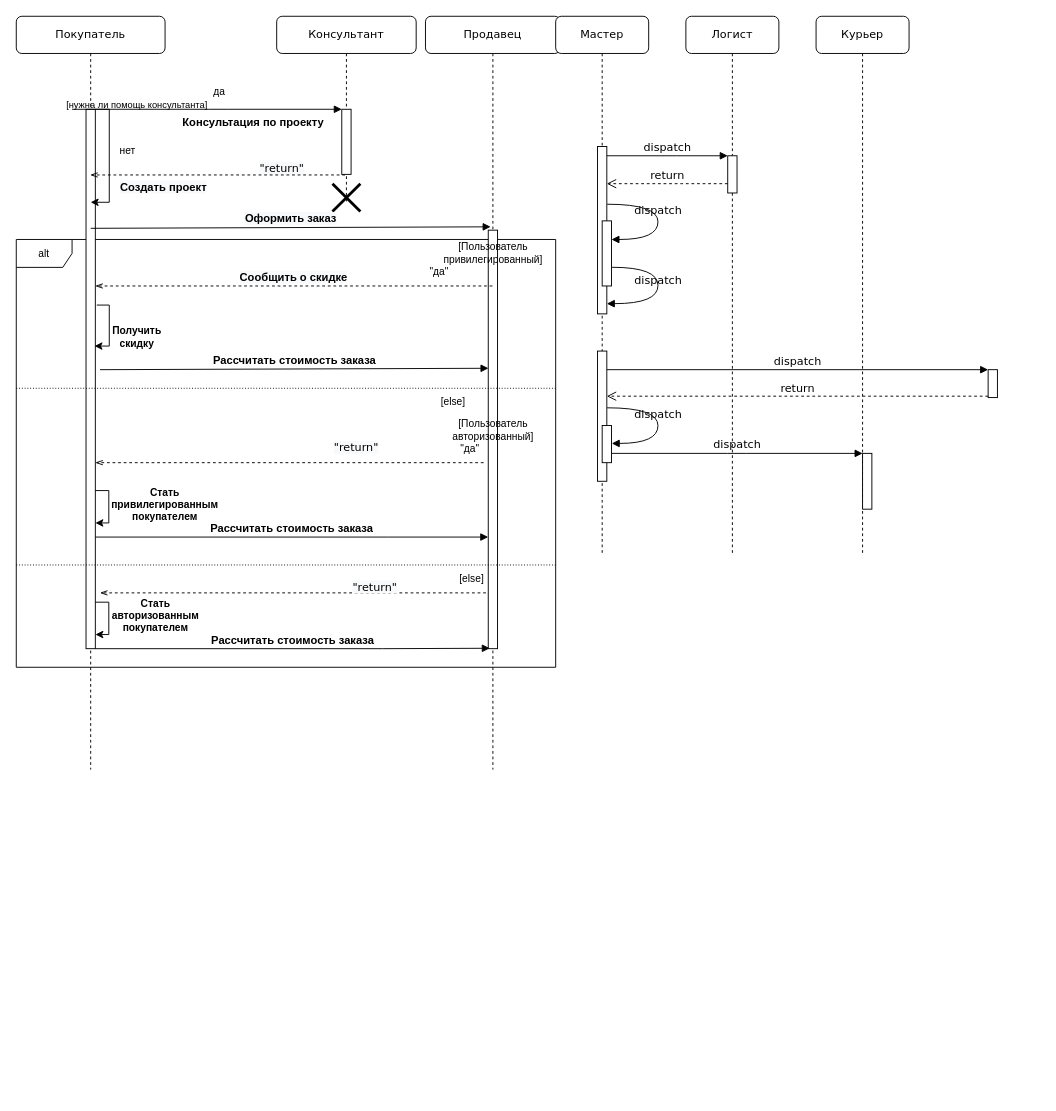
Before: Диаграмма без названия.drawio in shatanov/IT-exams, a draw.io diagram. Source tidied: cells renumbered, new cells numbered last; positions are measured from the earlier drawing's top-left corner, leaving out a move shared by most shapes. Both pictures are drawn from the tidied source at 93%, with x=0, y=0 at pixel (16, 16).
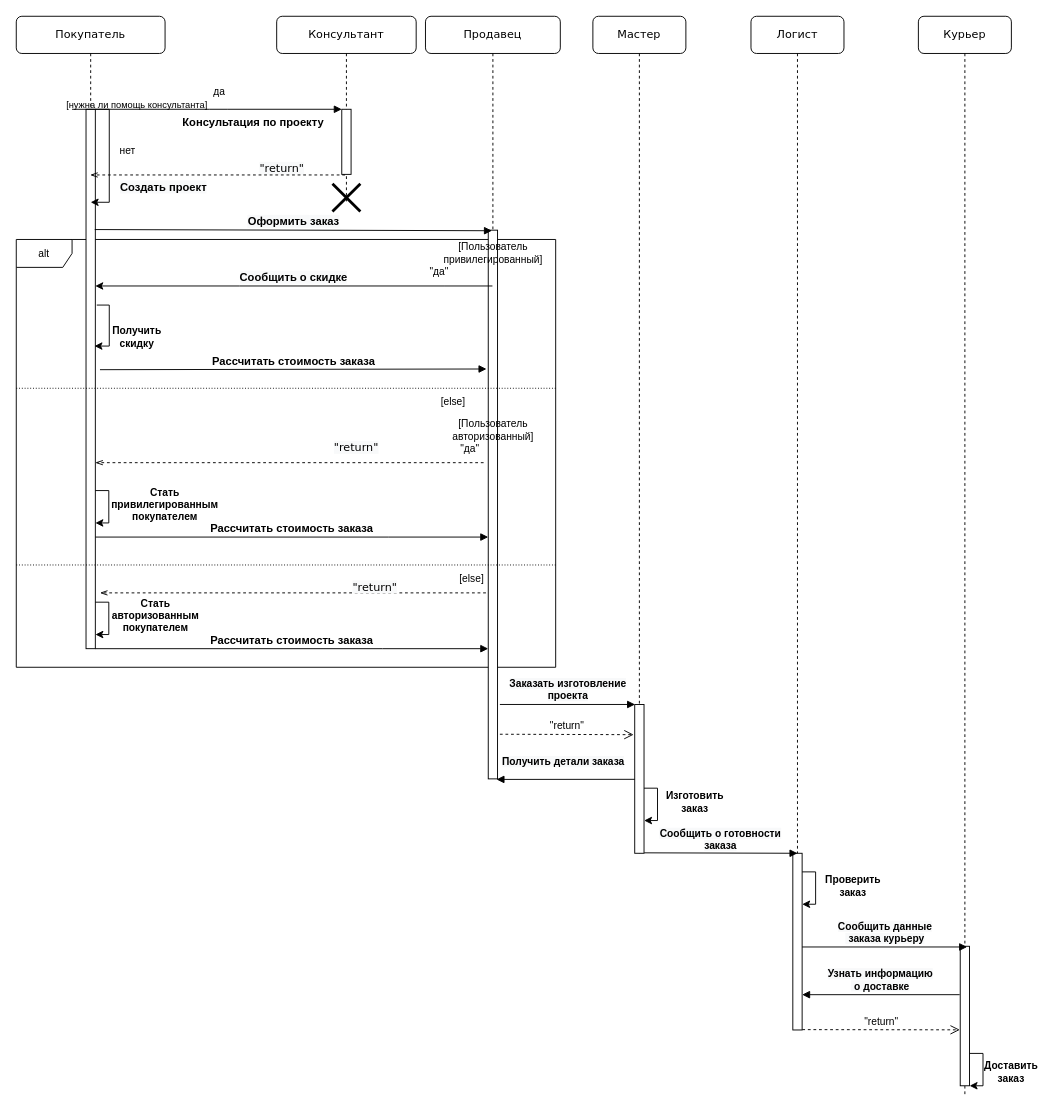
Above is the later version.

The change refers to these unchanged cells:
```xml
<mxCell id="19" style="html=1;points=[];perimeter=orthogonalPerimeter;rounded=0;shadow=0;comic=0;labelBackgroundColor=none;strokeWidth=1;fontFamily=Verdana;fontSize=12;align=center;" parent="18" vertex="1">
  <mxGeometry x="75" y="100" width="10" height="580" as="geometry" />
</mxCell>
```

The edit, as a diff of the source:
```diff
@@
     <mxCell id="8" value="Продавец" style="shape=umlLifeline;perimeter=lifelinePerimeter;whiteSpace=wrap;html=1;outlineConnect=0;rounded=1;shadow=0;comic=0;labelBackgroundColor=none;strokeWidth=1;fontFamily=Verdana;fontSize=12;align=center;" parent="1" vertex="1">
-      <mxGeometry x="440" width="145" height="810" as="geometry" />
+      <mxGeometry x="440" width="145" height="820" as="geometry" />
     </mxCell>
     <mxCell id="9" style="html=1;points=[];perimeter=orthogonalPerimeter;rounded=0;shadow=0;comic=0;labelBackgroundColor=none;strokeWidth=1;fontFamily=Verdana;fontSize=12;align=center;" parent="8" vertex="1">
-      <mxGeometry x="67.5" y="230" width="10" height="450" as="geometry" />
+      <mxGeometry x="67.5" y="230" width="10" height="590" as="geometry" />
     </mxCell>
@@
     <mxCell id="15" value="Мастер" style="shape=umlLifeline;perimeter=lifelinePerimeter;whiteSpace=wrap;html=1;rounded=1;shadow=0;comic=0;labelBackgroundColor=none;strokeWidth=1;fontFamily=Verdana;fontSize=12;align=center;" parent="1" vertex="1">
-      <mxGeometry x="580" width="100" height="580" as="geometry" />
+      <mxGeometry x="620" width="100" height="900" as="geometry" />
     </mxCell>
+    <mxCell id="59" style="html=1;points=[];perimeter=orthogonalPerimeter;rounded=0;shadow=0;comic=0;labelBackgroundColor=none;strokeWidth=1;fontFamily=Verdana;fontSize=12;align=center;" parent="15" vertex="1">
+      <mxGeometry x="45" y="740" width="10" height="160" as="geometry" />
+    </mxCell>
+    <mxCell id="60" style="endArrow=classic;html=1;rounded=0;fontSize=10;edgeStyle=elbowEdgeStyle;exitX=1.05;exitY=0.463;exitDx=0;exitDy=0;exitPerimeter=0;entryX=1.058;entryY=0.534;entryDx=0;entryDy=0;entryPerimeter=0;" parent="15" edge="1">
+      <mxGeometry relative="1" as="geometry">
+        <mxPoint x="55" y="830" as="sourcePoint" />
+        <mxPoint x="55.1" y="864.8" as="targetPoint" />
+        <Array as="points">
+          <mxPoint x="69.5" y="853.1" />
+          <mxPoint x="109.5" y="843.1" />
+        </Array>
+      </mxGeometry>
+    </mxCell>
     <mxCell id="16" value="Логист" style="shape=umlLifeline;perimeter=lifelinePerimeter;whiteSpace=wrap;html=1;rounded=1;shadow=0;comic=0;labelBackgroundColor=none;strokeWidth=1;fontFamily=Verdana;fontSize=12;align=center;" parent="1" vertex="1">
-      <mxGeometry x="720" width="100" height="580" as="geometry" />
+      <mxGeometry x="790" width="100" height="1090" as="geometry" />
     </mxCell>
+    <mxCell id="26" style="html=1;points=[];perimeter=orthogonalPerimeter;rounded=0;shadow=0;comic=0;labelBackgroundColor=none;strokeWidth=1;fontFamily=Verdana;fontSize=12;align=center;" parent="16" vertex="1">
+      <mxGeometry x="45" y="900" width="10" height="190" as="geometry" />
+    </mxCell>
+    <mxCell id="61" style="endArrow=classic;html=1;rounded=0;fontSize=10;edgeStyle=elbowEdgeStyle;exitX=1.05;exitY=0.463;exitDx=0;exitDy=0;exitPerimeter=0;entryX=1.058;entryY=0.534;entryDx=0;entryDy=0;entryPerimeter=0;" parent="16" edge="1">
+      <mxGeometry relative="1" as="geometry">
+        <mxPoint x="55" y="920" as="sourcePoint" />
+        <mxPoint x="55.1" y="954.8" as="targetPoint" />
+        <Array as="points">
+          <mxPoint x="69.5" y="943.1" />
+          <mxPoint x="109.5" y="933.1" />
+        </Array>
+      </mxGeometry>
+    </mxCell>
     <mxCell id="17" value="Курьер" style="shape=umlLifeline;perimeter=lifelinePerimeter;whiteSpace=wrap;html=1;rounded=1;shadow=0;comic=0;labelBackgroundColor=none;strokeWidth=1;fontFamily=Verdana;fontSize=12;align=center;" parent="1" vertex="1">
-      <mxGeometry x="860" width="100" height="580" as="geometry" />
+      <mxGeometry x="970" width="100" height="1160" as="geometry" />
     </mxCell>
+    <mxCell id="30" style="html=1;points=[];perimeter=orthogonalPerimeter;rounded=0;shadow=0;comic=0;labelBackgroundColor=none;strokeColor=#000000;strokeWidth=1;fillColor=#FFFFFF;fontFamily=Verdana;fontSize=12;fontColor=#000000;align=center;" parent="17" vertex="1">
+      <mxGeometry x="45" y="1000" width="10" height="150" as="geometry" />
+    </mxCell>
+    <mxCell id="62" style="endArrow=classic;html=1;rounded=0;fontSize=10;edgeStyle=elbowEdgeStyle;exitX=1.05;exitY=0.463;exitDx=0;exitDy=0;exitPerimeter=0;entryX=1.058;entryY=0.534;entryDx=0;entryDy=0;entryPerimeter=0;" parent="17" edge="1">
+      <mxGeometry relative="1" as="geometry">
+        <mxPoint x="55" y="1115.2" as="sourcePoint" />
+        <mxPoint x="55.1" y="1150" as="targetPoint" />
+        <Array as="points">
+          <mxPoint x="69.5" y="1138.3" />
+          <mxPoint x="109.5" y="1128.3" />
+        </Array>
+      </mxGeometry>
+    </mxCell>
     <mxCell id="18" value="Покупатель" style="shape=umlLifeline;perimeter=lifelinePerimeter;whiteSpace=wrap;html=1;outlineConnect=0;rounded=1;shadow=0;comic=0;labelBackgroundColor=none;strokeWidth=1;fontFamily=Verdana;fontSize=12;align=center;" parent="1" vertex="1">
-      <mxGeometry width="160" height="810" as="geometry" />
+      <mxGeometry width="160" height="680" as="geometry" />
     </mxCell>
@@
-    <mxCell id="25" style="html=1;points=[];perimeter=orthogonalPerimeter;rounded=0;shadow=0;comic=0;labelBackgroundColor=none;strokeWidth=1;fontFamily=Verdana;fontSize=12;align=center;" parent="1" vertex="1">
-      <mxGeometry x="625" y="140" width="10" height="180" as="geometry" />
-    </mxCell>
-    <mxCell id="26" style="html=1;points=[];perimeter=orthogonalPerimeter;rounded=0;shadow=0;comic=0;labelBackgroundColor=none;strokeWidth=1;fontFamily=Verdana;fontSize=12;align=center;" parent="1" vertex="1">
-      <mxGeometry x="765" y="150" width="10" height="40" as="geometry" />
-    </mxCell>
-    <mxCell id="27" value="dispatch" style="html=1;verticalAlign=bottom;endArrow=block;entryX=0;entryY=0;labelBackgroundColor=none;fontFamily=Verdana;fontSize=12;edgeStyle=elbowEdgeStyle;elbow=vertical;" parent="1" edge="1" source="25" target="26">
-      <mxGeometry relative="1" as="geometry" />
-    </mxCell>
-    <mxCell id="28" value="return" style="html=1;verticalAlign=bottom;endArrow=open;dashed=1;endSize=8;labelBackgroundColor=none;fontFamily=Verdana;fontSize=12;edgeStyle=elbowEdgeStyle;elbow=vertical;" parent="1" edge="1" source="26" target="25">
-      <mxGeometry relative="1" as="geometry">
-        <Array as="points">
-          <mxPoint x="710" y="180" />
-          <mxPoint x="740" y="180" />
-        </Array>
-      </mxGeometry>
-    </mxCell>
-    <mxCell id="29" style="html=1;points=[];perimeter=orthogonalPerimeter;rounded=0;shadow=0;comic=0;labelBackgroundColor=none;strokeWidth=1;fontFamily=Verdana;fontSize=12;align=center;" parent="1" vertex="1">
-      <mxGeometry x="625" y="360" width="10" height="140" as="geometry" />
-    </mxCell>
-    <mxCell id="30" style="html=1;points=[];perimeter=orthogonalPerimeter;rounded=0;shadow=0;comic=0;labelBackgroundColor=none;strokeColor=#000000;strokeWidth=1;fillColor=#FFFFFF;fontFamily=Verdana;fontSize=12;fontColor=#000000;align=center;" parent="1" vertex="1">
-      <mxGeometry x="1045" y="380" width="10" height="30" as="geometry" />
-    </mxCell>
-    <mxCell id="31" value="dispatch" style="html=1;verticalAlign=bottom;endArrow=block;entryX=0;entryY=0;labelBackgroundColor=none;fontFamily=Verdana;fontSize=12;" parent="1" edge="1" source="29" target="30">
-      <mxGeometry relative="1" as="geometry" />
-    </mxCell>
-    <mxCell id="32" value="return" style="html=1;verticalAlign=bottom;endArrow=open;dashed=1;endSize=8;exitX=0;exitY=0.95;labelBackgroundColor=none;fontFamily=Verdana;fontSize=12;" parent="1" edge="1" source="30" target="29">
-      <mxGeometry relative="1" as="geometry" />
-    </mxCell>
-    <mxCell id="33" style="html=1;points=[];perimeter=orthogonalPerimeter;rounded=0;shadow=0;comic=0;labelBackgroundColor=none;strokeWidth=1;fontFamily=Verdana;fontSize=12;align=center;" parent="1" vertex="1">
-      <mxGeometry x="910" y="470" width="10" height="60" as="geometry" />
-    </mxCell>
-    <mxCell id="34" value="dispatch" style="html=1;verticalAlign=bottom;endArrow=block;entryX=0;entryY=0;labelBackgroundColor=none;fontFamily=Verdana;fontSize=12;edgeStyle=elbowEdgeStyle;elbow=vertical;" parent="1" edge="1" source="39" target="33">
-      <mxGeometry relative="1" as="geometry" />
-    </mxCell>
@@
-    <mxCell id="36" style="html=1;points=[];perimeter=orthogonalPerimeter;rounded=0;shadow=0;comic=0;labelBackgroundColor=none;strokeWidth=1;fontFamily=Verdana;fontSize=12;align=center;" parent="1" vertex="1">
-      <mxGeometry x="630" y="220" width="10" height="70" as="geometry" />
-    </mxCell>
-    <mxCell id="37" value="dispatch" style="html=1;verticalAlign=bottom;endArrow=block;labelBackgroundColor=none;fontFamily=Verdana;fontSize=12;elbow=vertical;edgeStyle=orthogonalEdgeStyle;curved=1;entryX=1;entryY=0.286;entryPerimeter=0;exitX=1.038;exitY=0.345;exitPerimeter=0;" parent="1" edge="1" source="25" target="36">
-      <mxGeometry relative="1" as="geometry">
-        <Array as="points">
-          <mxPoint x="690" y="202" />
-          <mxPoint x="690" y="240" />
-        </Array>
-      </mxGeometry>
-    </mxCell>
-    <mxCell id="38" value="dispatch" style="html=1;verticalAlign=bottom;endArrow=block;labelBackgroundColor=none;fontFamily=Verdana;fontSize=12;elbow=vertical;edgeStyle=orthogonalEdgeStyle;curved=1;exitX=1.066;exitY=0.713;exitPerimeter=0;" parent="1" edge="1" source="36">
-      <mxGeometry relative="1" as="geometry">
-        <mxPoint x="635" y="309" as="targetPoint" />
-        <Array as="points">
-          <mxPoint x="690" y="270" />
-          <mxPoint x="690" y="309" />
-        </Array>
-      </mxGeometry>
-    </mxCell>
-    <mxCell id="39" style="html=1;points=[];perimeter=orthogonalPerimeter;rounded=0;shadow=0;comic=0;labelBackgroundColor=none;strokeWidth=1;fontFamily=Verdana;fontSize=12;align=center;" parent="1" vertex="1">
-      <mxGeometry x="630" y="440" width="10" height="40" as="geometry" />
-    </mxCell>
-    <mxCell id="40" value="dispatch" style="html=1;verticalAlign=bottom;endArrow=block;labelBackgroundColor=none;fontFamily=Verdana;fontSize=12;elbow=vertical;edgeStyle=orthogonalEdgeStyle;curved=1;entryX=1;entryY=0.286;entryPerimeter=0;exitX=1.038;exitY=0.345;exitPerimeter=0;" parent="1" edge="1">
-      <mxGeometry relative="1" as="geometry">
-        <mxPoint x="635.3" y="421" as="sourcePoint" />
-        <mxPoint x="640.3" y="459.3" as="targetPoint" />
-        <Array as="points">
-          <mxPoint x="690" y="421" />
-          <mxPoint x="690" y="459" />
-        </Array>
-      </mxGeometry>
-    </mxCell>
@@
-    <mxCell id="45" value="&lt;b&gt;&lt;span style=&quot;font-size: 12px ; background-color: rgb(248 , 249 , 250)&quot;&gt;Оформить&amp;nbsp;&lt;/span&gt;&lt;span style=&quot;font-size: 12px ; background-color: rgb(248 , 249 , 250)&quot;&gt;заказ&lt;/span&gt;&lt;/b&gt;" style="html=1;verticalAlign=bottom;endArrow=block;rounded=0;fontSize=11;entryX=0.257;entryY=-0.008;entryDx=0;entryDy=0;entryPerimeter=0;" parent="1" edge="1" target="9">
-      <mxGeometry relative="1" as="geometry">
-        <mxPoint x="80" y="228" as="sourcePoint" />
-      </mxGeometry>
+    <mxCell id="45" value="&lt;b&gt;&lt;span style=&quot;font-size: 12px ; background-color: rgb(248 , 249 , 250)&quot;&gt;Оформить&amp;nbsp;&lt;/span&gt;&lt;span style=&quot;font-size: 12px ; background-color: rgb(248 , 249 , 250)&quot;&gt;заказ&lt;/span&gt;&lt;/b&gt;" style="html=1;verticalAlign=bottom;endArrow=block;rounded=0;fontSize=11;entryX=0.397;entryY=0.001;entryDx=0;entryDy=0;entryPerimeter=0;exitX=0.942;exitY=0.223;exitDx=0;exitDy=0;exitPerimeter=0;" parent="1" edge="1" source="19" target="9">
+      <mxGeometry relative="1" as="geometry" />
     </mxCell>
-    <mxCell id="46" value="&lt;span style=&quot;font-size: 12px ; background-color: rgb(248 , 249 , 250)&quot;&gt;&lt;b&gt;Сообщить о скидке&lt;/b&gt;&lt;/span&gt;" style="html=1;verticalAlign=bottom;endArrow=openThin;rounded=0;fontSize=11;dashed=1;endFill=0;" parent="1" edge="1" source="8" target="19">
+    <mxCell id="46" value="&lt;span style=&quot;font-size: 12px ; background-color: rgb(248 , 249 , 250)&quot;&gt;&lt;b&gt;Сообщить о скидке&lt;/b&gt;&lt;/span&gt;" style="html=1;verticalAlign=bottom;endArrow=classic;rounded=0;fontSize=11;endFill=1;" parent="1" edge="1" source="8" target="19">
       <mxGeometry relative="1" as="geometry">
         <Array as="points">
           <mxPoint x="460" y="290" />
           <mxPoint x="240" y="290" />
         </Array>
       </mxGeometry>
     </mxCell>
@@
-    <mxCell id="49" value="&lt;b&gt;Рассчитать стоимость заказа&lt;/b&gt;" style="html=1;verticalAlign=bottom;endArrow=block;rounded=0;fontSize=12;entryX=0.026;entryY=0.33;entryDx=0;entryDy=0;entryPerimeter=0;" parent="1" edge="1" target="9">
+    <mxCell id="49" value="&lt;b&gt;Рассчитать стоимость заказа&lt;/b&gt;" style="html=1;verticalAlign=bottom;endArrow=block;rounded=0;fontSize=12;entryX=-0.19;entryY=0.253;entryDx=0;entryDy=0;entryPerimeter=0;" parent="1" edge="1" target="9">
       <mxGeometry relative="1" as="geometry">
         <mxPoint x="90" y="380" as="sourcePoint" />
       </mxGeometry>
     </mxCell>
@@
-    <mxCell id="57" value="&lt;b&gt;Рассчитать стоимость заказа&lt;/b&gt;" style="html=1;verticalAlign=bottom;endArrow=block;rounded=0;fontSize=12;entryX=0.165;entryY=0.999;entryDx=0;entryDy=0;entryPerimeter=0;exitX=1;exitY=1;exitDx=0;exitDy=0;exitPerimeter=0;" parent="1" edge="1" source="19" target="9">
+    <mxCell id="57" value="&lt;b&gt;Рассчитать стоимость заказа&lt;/b&gt;" style="html=1;verticalAlign=bottom;endArrow=block;rounded=0;fontSize=12;exitX=1;exitY=1;exitDx=0;exitDy=0;exitPerimeter=0;" parent="1" edge="1" source="19" target="9">
       <mxGeometry relative="1" as="geometry">
         <Array as="points">
           <mxPoint x="393.8" y="680" />
         </Array>
       </mxGeometry>
     </mxCell>
@@
+    <mxCell id="63" value="&lt;b&gt;&lt;span style=&quot;background-color: rgb(248 , 249 , 250)&quot;&gt;Заказать изготовление&lt;/span&gt;&lt;br style=&quot;padding: 0px ; margin: 0px ; background-color: rgb(248 , 249 , 250)&quot;&gt;&lt;span style=&quot;background-color: rgb(248 , 249 , 250)&quot;&gt;проекта&lt;/span&gt;&lt;/b&gt;" style="html=1;verticalAlign=bottom;endArrow=block;rounded=0;fontSize=11;strokeWidth=1;entryX=0.036;entryY=0;entryDx=0;entryDy=0;entryPerimeter=0;" parent="1" edge="1" target="59">
+      <mxGeometry relative="1" as="geometry">
+        <mxPoint x="520" y="740" as="sourcePoint" />
+      </mxGeometry>
+    </mxCell>
+    <mxCell id="64" value="&lt;span style=&quot;background-color: rgb(248 , 249 , 250)&quot;&gt;&lt;b&gt;&lt;font style=&quot;font-size: 11px&quot;&gt;Получить детали заказа&lt;/font&gt;&lt;/b&gt;&lt;/span&gt;" style="html=1;verticalAlign=bottom;endArrow=block;rounded=0;fontSize=11;strokeWidth=1;entryX=0.886;entryY=1.001;entryDx=0;entryDy=0;entryPerimeter=0;exitX=0.007;exitY=0.503;exitDx=0;exitDy=0;exitPerimeter=0;" parent="1" edge="1" source="59" target="9">
+      <mxGeometry x="0.03" y="-10" relative="1" as="geometry" />
+    </mxCell>
+    <mxCell id="65" value="&quot;return&quot;" style="html=1;verticalAlign=bottom;endArrow=open;dashed=1;endSize=8;rounded=0;fontSize=11;strokeWidth=1;entryX=-0.118;entryY=0.203;entryDx=0;entryDy=0;entryPerimeter=0;" parent="1" edge="1" target="59">
+      <mxGeometry relative="1" as="geometry">
+        <mxPoint x="520" y="772" as="sourcePoint" />
+      </mxGeometry>
+    </mxCell>
+    <mxCell id="66" value="&lt;b&gt;&lt;font style=&quot;font-size: 11px&quot;&gt;Изготовить заказ&lt;/font&gt;&lt;/b&gt;" style="text;html=1;strokeColor=none;fillColor=none;align=center;verticalAlign=middle;whiteSpace=wrap;rounded=0;fontSize=10;" parent="1" vertex="1">
+      <mxGeometry x="700" y="830" width="60" height="30" as="geometry" />
+    </mxCell>
+    <mxCell id="67" value="&lt;span style=&quot;background-color: rgb(248 , 249 , 250)&quot;&gt;&lt;b&gt;&lt;font style=&quot;font-size: 11px&quot;&gt;Сообщить о готовности &lt;br&gt;заказа&lt;/font&gt;&lt;/b&gt;&lt;/span&gt;" style="html=1;verticalAlign=bottom;endArrow=block;rounded=0;fontSize=11;strokeWidth=1;exitX=1.018;exitY=0.997;exitDx=0;exitDy=0;exitPerimeter=0;" parent="1" edge="1" source="59">
+      <mxGeometry y="-1" relative="1" as="geometry">
+        <mxPoint x="840" y="900" as="targetPoint" />
+      </mxGeometry>
+    </mxCell>
+    <mxCell id="68" value="&lt;b&gt;&lt;font style=&quot;font-size: 11px&quot;&gt;Проверить заказ&lt;/font&gt;&lt;/b&gt;" style="text;html=1;strokeColor=none;fillColor=none;align=center;verticalAlign=middle;whiteSpace=wrap;rounded=0;fontSize=10;" parent="1" vertex="1">
+      <mxGeometry x="860" y="920" width="80" height="30" as="geometry" />
+    </mxCell>
+    <mxCell id="69" value="&lt;span style=&quot;background-color: rgb(248 , 249 , 250)&quot;&gt;&lt;b&gt;&lt;font style=&quot;font-size: 11px&quot;&gt;Сообщить данные&lt;br&gt;&amp;nbsp;заказа курьеру&lt;/font&gt;&lt;/b&gt;&lt;/span&gt;" style="html=1;verticalAlign=bottom;endArrow=block;rounded=0;fontSize=11;strokeWidth=1;entryX=0.74;entryY=0.005;entryDx=0;entryDy=0;entryPerimeter=0;" parent="1" edge="1" source="26" target="30">
+      <mxGeometry relative="1" as="geometry" />
+    </mxCell>
+    <mxCell id="70" value="&lt;span style=&quot;background-color: rgb(248 , 249 , 250)&quot;&gt;&lt;b&gt;&lt;font style=&quot;font-size: 11px&quot;&gt;Узнать информацию&lt;br&gt;&amp;nbsp;о доставке&lt;/font&gt;&lt;/b&gt;&lt;/span&gt;" style="html=1;verticalAlign=bottom;endArrow=block;rounded=0;fontSize=11;strokeWidth=1;exitX=-0.058;exitY=0.347;exitDx=0;exitDy=0;exitPerimeter=0;" parent="1" edge="1" source="30" target="26">
+      <mxGeometry relative="1" as="geometry" />
+    </mxCell>
+    <mxCell id="71" value="&quot;return&quot;" style="html=1;verticalAlign=bottom;endArrow=open;dashed=1;endSize=8;rounded=0;fontSize=11;strokeWidth=1;exitX=1.016;exitY=0.998;exitDx=0;exitDy=0;exitPerimeter=0;entryX=-0.042;entryY=0.599;entryDx=0;entryDy=0;entryPerimeter=0;" parent="1" edge="1" source="26" target="30">
+      <mxGeometry relative="1" as="geometry" />
+    </mxCell>
+    <mxCell id="72" value="&lt;b&gt;&lt;font style=&quot;font-size: 11px&quot;&gt;Доставить заказ&lt;/font&gt;&lt;/b&gt;" style="text;html=1;strokeColor=none;fillColor=none;align=center;verticalAlign=middle;whiteSpace=wrap;rounded=0;fontSize=10;" parent="1" vertex="1">
+      <mxGeometry x="1040" y="1120" width="60" height="30" as="geometry" />
+    </mxCell>
```
